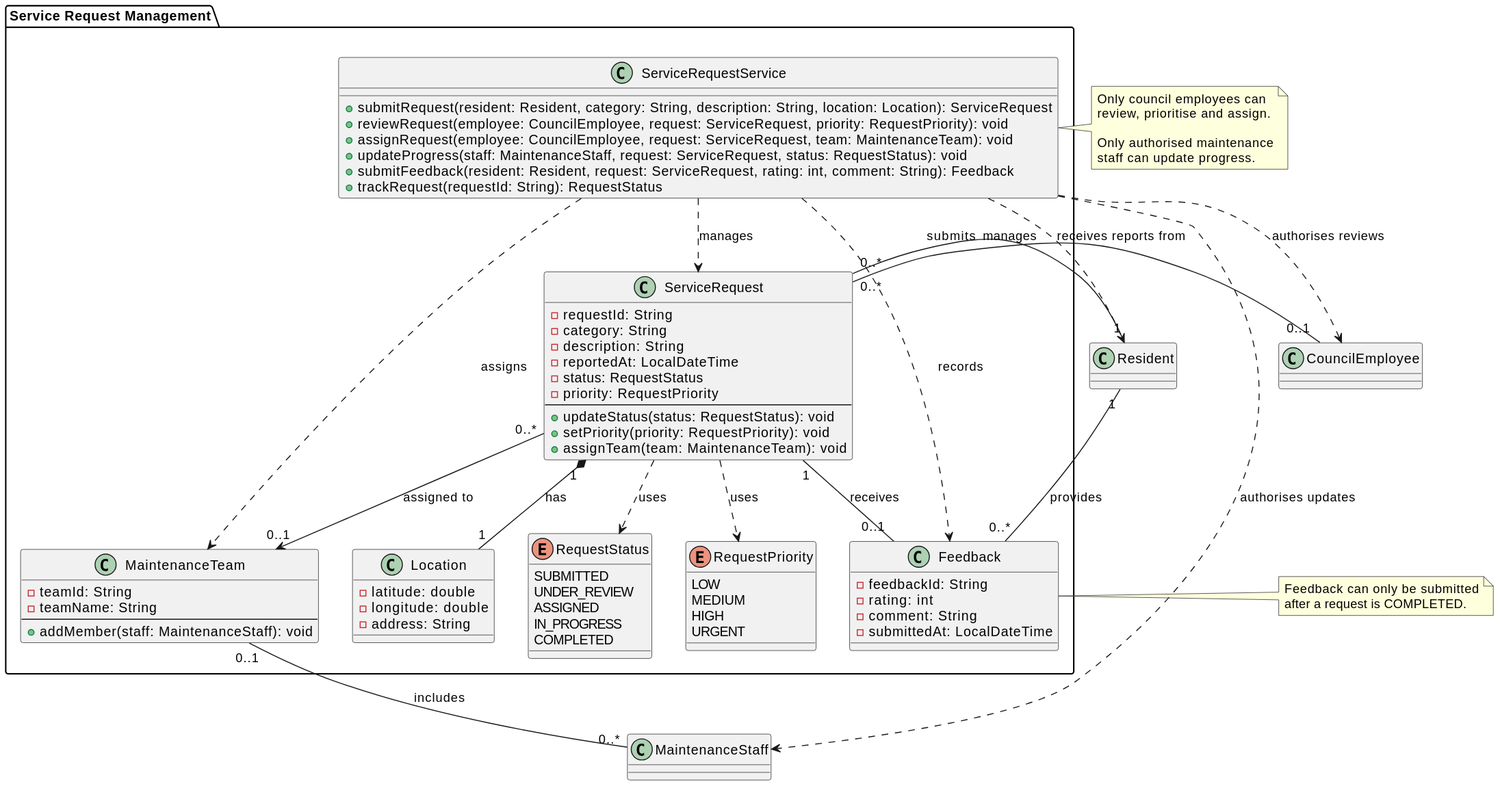
Above: out/docs/uml/modules/service-request/service-request.svg in gg-sajanbasnet/ICT602-MEL_S2_2026-1 (PlantUML), before the change.
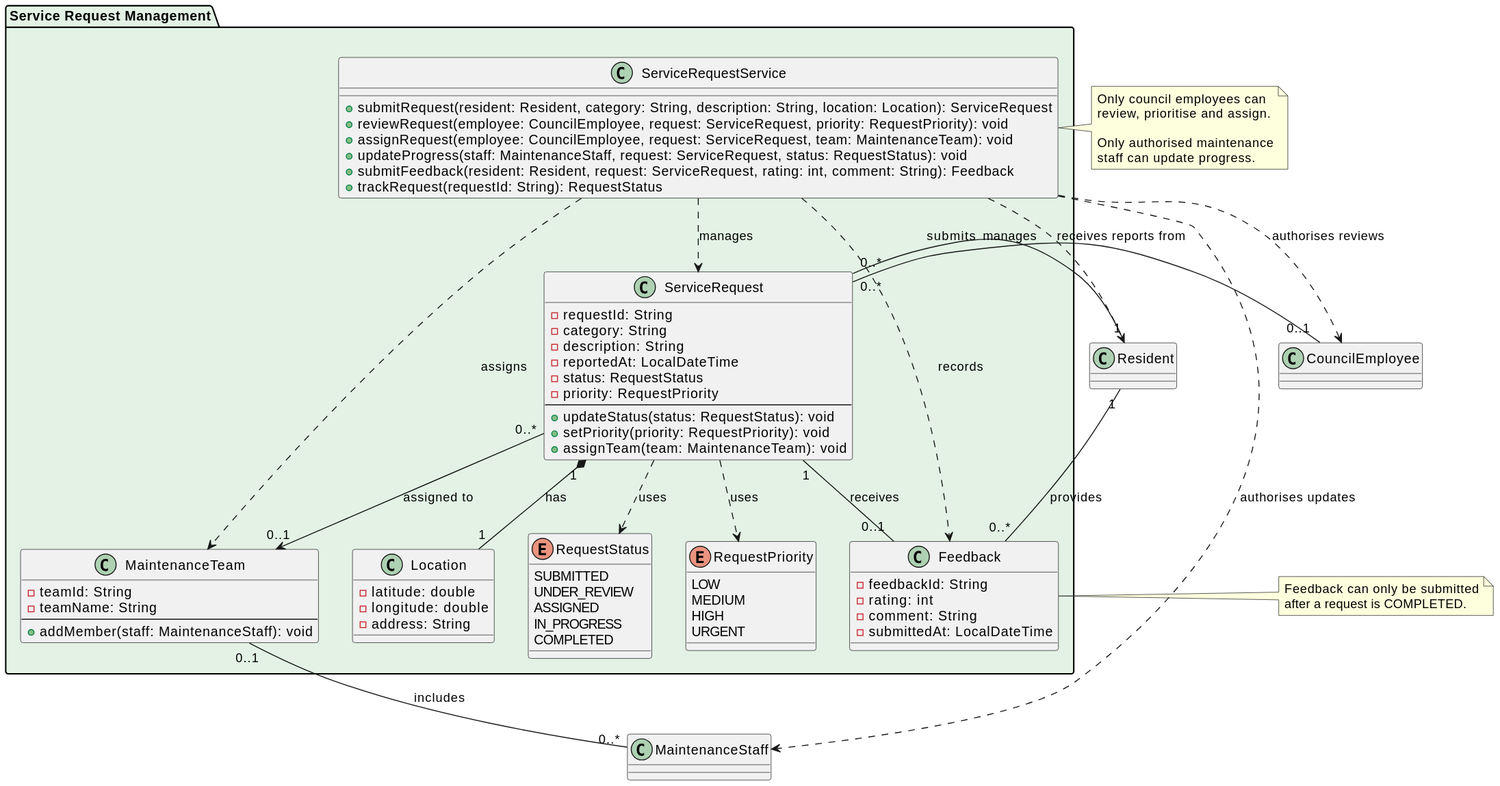
The same diagram one commit later.

Change to the diagram source:
```diff
@@ -1,5 +1,5 @@
 @startuml
-package "Service Request Management" {
+package "Service Request Management" #E3F2E5 {
 
   class ServiceRequest {
     - requestId: String
```
